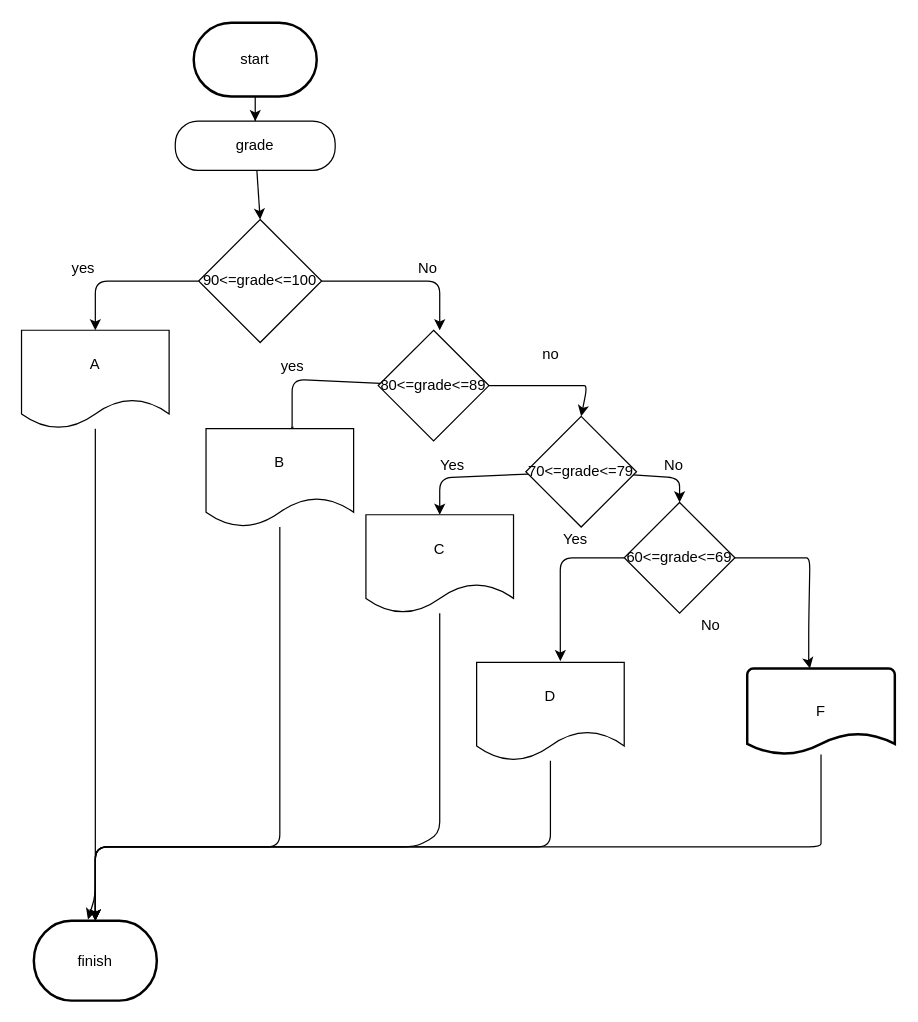
Before: stage/02_conditional/9498.drawio in Gyeongrok-Oh/boj, a draw.io diagram. Source tidied: cells renumbered, new cells numbered last; positions are measured from the earlier drawing's top-left corner, leaving out a move shared by most shapes. Both pictures are drawn from the tidied source at 123%, with x=0, y=0 at pixel (21, 22).
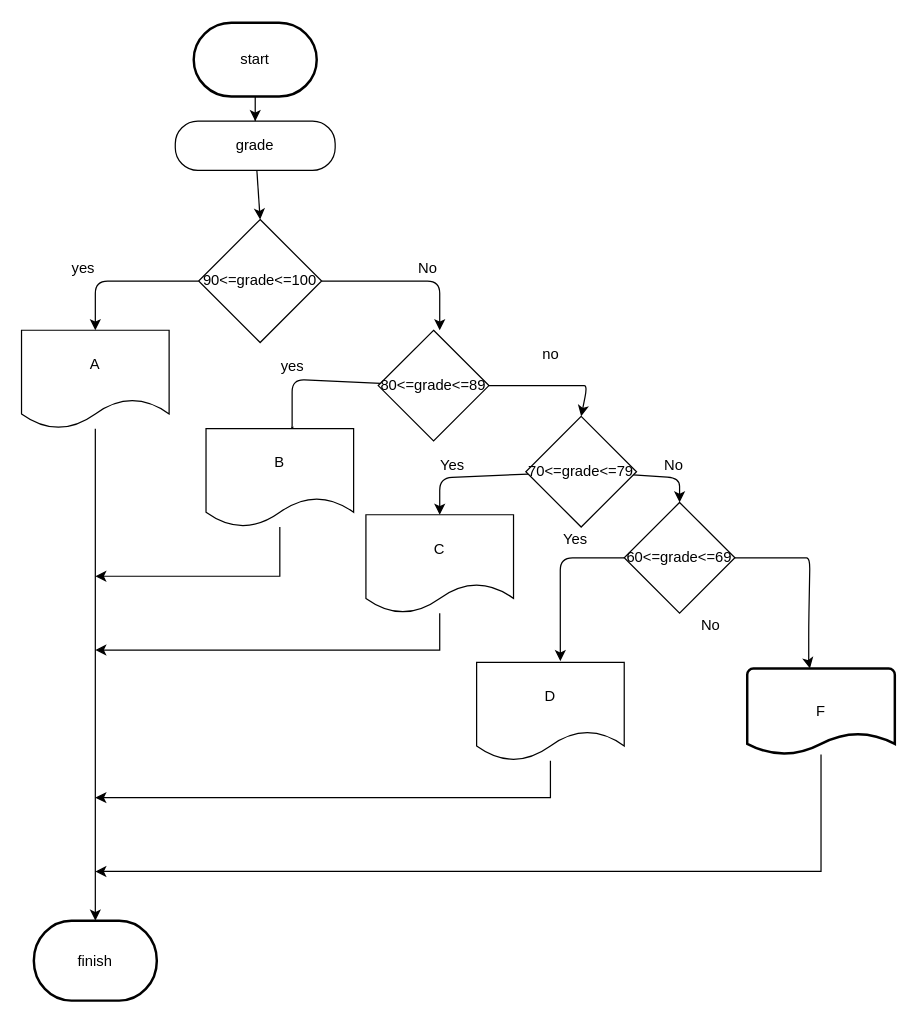
Above is the later version.

The change refers to these unchanged cells:
```xml
<mxCell id="7" value="finish" style="strokeWidth=2;html=1;shape=mxgraph.flowchart.terminator;whiteSpace=wrap;" parent="1" vertex="1">
  <mxGeometry x="10" y="730" width="100" height="65" as="geometry" />
</mxCell>
<mxCell id="20" value="B" style="shape=document;whiteSpace=wrap;html=1;boundedLbl=1;" parent="1" vertex="1">
  <mxGeometry x="150" y="330" width="120" height="80" as="geometry" />
</mxCell>
<mxCell id="25" value="C" style="shape=document;whiteSpace=wrap;html=1;boundedLbl=1;" parent="1" vertex="1">
  <mxGeometry x="280" y="400" width="120" height="80" as="geometry" />
</mxCell>
<mxCell id="30" value="D" style="shape=document;whiteSpace=wrap;html=1;boundedLbl=1;" parent="1" vertex="1">
  <mxGeometry x="370" y="520" width="120" height="80" as="geometry" />
</mxCell>
<mxCell id="37" value="F" style="strokeWidth=2;html=1;shape=mxgraph.flowchart.document2;whiteSpace=wrap;size=0.25;" parent="1" vertex="1">
  <mxGeometry x="590" y="525" width="120" height="70" as="geometry" />
</mxCell>
```

The edit, as a diff of the source:
```diff
@@
-    <mxCell id="19" style="edgeStyle=none;html=1;" parent="1" edge="1" source="20">
-      <mxGeometry relative="1" as="geometry">
-        <mxPoint x="60" y="730" as="targetPoint" />
-        <Array as="points">
-          <mxPoint x="210" y="670" />
-          <mxPoint x="60" y="670" />
-        </Array>
-      </mxGeometry>
-    </mxCell>
+    <mxCell id="38" style="edgeStyle=orthogonalEdgeStyle;rounded=0;jettySize=auto;html=1;" parent="1" edge="1" source="20">
+      <mxGeometry relative="1" as="geometry">
+        <mxPoint x="60" y="450" as="targetPoint" />
+        <Array as="points">
+          <mxPoint x="210" y="450" />
+        </Array>
+      </mxGeometry>
+    </mxCell>
@@
-    <mxCell id="24" style="edgeStyle=none;html=1;entryX=0.5;entryY=0;entryDx=0;entryDy=0;entryPerimeter=0;" parent="1" edge="1" source="25" target="7">
-      <mxGeometry relative="1" as="geometry">
-        <Array as="points">
-          <mxPoint x="340" y="660" />
-          <mxPoint x="320" y="670" />
-          <mxPoint x="60" y="670" />
-        </Array>
-      </mxGeometry>
-    </mxCell>
+    <mxCell id="39" style="edgeStyle=orthogonalEdgeStyle;rounded=0;jettySize=auto;html=1;" parent="1" edge="1" source="25">
+      <mxGeometry relative="1" as="geometry">
+        <mxPoint x="60" y="510" as="targetPoint" />
+        <Array as="points">
+          <mxPoint x="340" y="510" />
+        </Array>
+      </mxGeometry>
+    </mxCell>
@@
-    <mxCell id="29" style="edgeStyle=none;html=1;" parent="1" edge="1" source="30">
-      <mxGeometry relative="1" as="geometry">
-        <mxPoint x="60" y="730" as="targetPoint" />
-        <Array as="points">
-          <mxPoint x="430" y="670" />
-          <mxPoint x="60" y="670" />
-        </Array>
-      </mxGeometry>
-    </mxCell>
+    <mxCell id="40" style="edgeStyle=orthogonalEdgeStyle;rounded=0;jettySize=auto;html=1;" parent="1" edge="1" source="30">
+      <mxGeometry relative="1" as="geometry">
+        <mxPoint x="60" y="630" as="targetPoint" />
+        <Array as="points">
+          <mxPoint x="430" y="630" />
+        </Array>
+      </mxGeometry>
+    </mxCell>
@@
-    <mxCell id="36" style="edgeStyle=none;html=1;entryX=0.44;entryY=-0.015;entryDx=0;entryDy=0;entryPerimeter=0;" parent="1" edge="1" source="37" target="7">
-      <mxGeometry relative="1" as="geometry">
-        <Array as="points">
-          <mxPoint x="650" y="660" />
-          <mxPoint x="650" y="670" />
-          <mxPoint x="430" y="670" />
-          <mxPoint x="60" y="670" />
-          <mxPoint x="60" y="710" />
-        </Array>
-      </mxGeometry>
-    </mxCell>
+    <mxCell id="41" style="edgeStyle=orthogonalEdgeStyle;rounded=0;jettySize=auto;html=1;" parent="1" edge="1" source="37">
+      <mxGeometry relative="1" as="geometry">
+        <mxPoint x="60" y="690" as="targetPoint" />
+        <Array as="points">
+          <mxPoint x="650" y="690" />
+        </Array>
+      </mxGeometry>
+    </mxCell>
```
